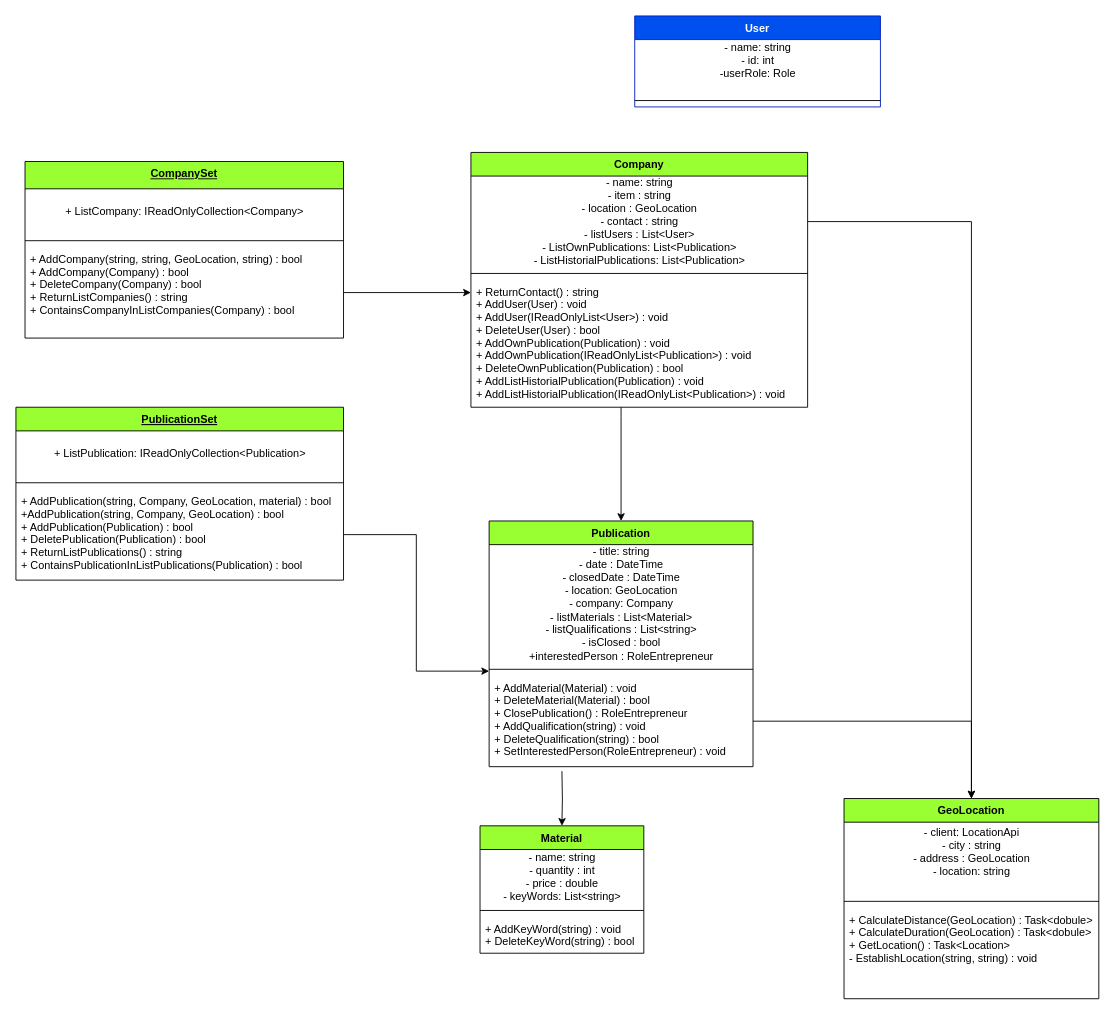
Before: docs/Diagrama.drawio in tomaspasto24/ProyectoEquipo4, a draw.io diagram. Source tidied: cells renumbered, new cells numbered last; positions are measured from the earlier drawing's top-left corner, leaving out a move shared by most shapes. Both pictures are drawn from the tidied source at 91%, with x=0, y=0 at pixel (15, 15).
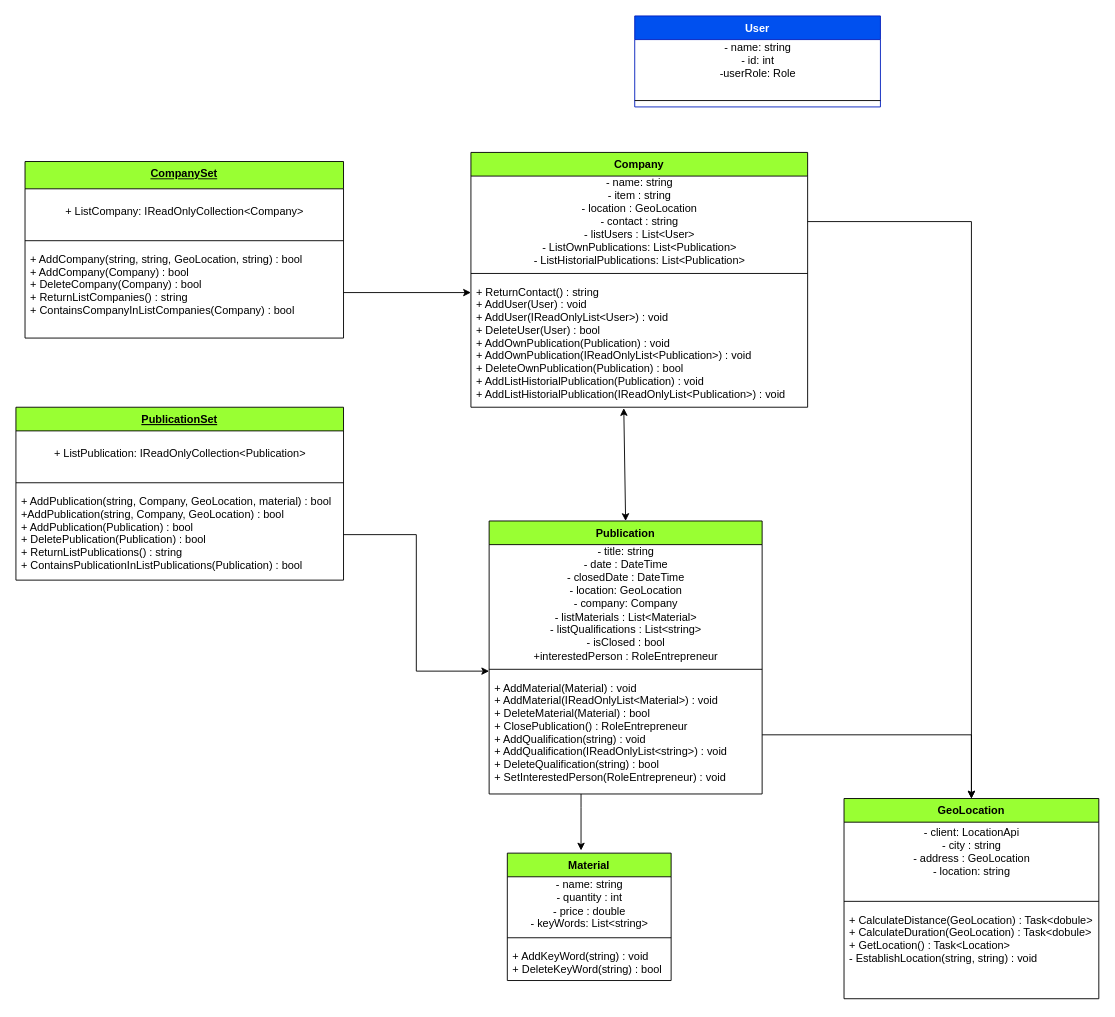
The same page after the edit.

Unchanged cells that the change refers to:
```xml
<mxCell id="5" value="+ ReturnContact() : string&#10;+ AddUser(User) : void&#10;+ AddUser(IReadOnlyList&lt;User&gt;) : void&#10;+ DeleteUser(User) : bool&#10;+ AddOwnPublication(Publication) : void&#10;+ AddOwnPublication(IReadOnlyList&lt;Publication&gt;) : void&#10;+ DeleteOwnPublication(Publication) : bool&#10;+ AddListHistorialPublication(Publication) : void&#10;+ AddListHistorialPublication(IReadOnlyList&lt;Publication&gt;) : void&#10;" style="text;strokeColor=none;fillColor=none;align=left;verticalAlign=top;spacingLeft=4;spacingRight=4;overflow=hidden;points=[[0,0.5],[1,0.5]];portConstraint=eastwest;" parent="2" vertex="1">
  <mxGeometry y="140" width="370" height="140" as="geometry" />
</mxCell>
```

Diff of the diagram source:
```diff
@@
     <mxCell id="6" value="Material" style="swimlane;fontStyle=1;align=center;verticalAlign=top;horizontal=1;startSize=26;fillColor=#99FF33;" parent="1" vertex="1">
-      <mxGeometry x="510" y="890" width="180" height="140" as="geometry" />
+      <mxGeometry x="540" y="920" width="180" height="140" as="geometry" />
     </mxCell>
@@
     <mxCell id="10" value="Publication" style="swimlane;fontStyle=1;align=center;verticalAlign=top;horizontal=1;startSize=26;fillColor=#99FF33;" parent="1" vertex="1">
-      <mxGeometry x="520" y="555" width="290" height="270" as="geometry" />
+      <mxGeometry x="520" y="555" width="300" height="300" as="geometry" />
     </mxCell>
     <mxCell id="11" value="&lt;div&gt;&lt;span&gt;- title: string&lt;/span&gt;&lt;br&gt;&lt;/div&gt;&lt;div&gt;- date : DateTime&lt;/div&gt;&lt;div&gt;- closedDate : DateTime&lt;/div&gt;&lt;div&gt;&lt;span&gt;- location: GeoLocation&lt;/span&gt;&lt;/div&gt;&lt;div&gt;- company: Company&lt;br&gt;&lt;/div&gt;&lt;div&gt;- listMaterials : List&amp;lt;Material&amp;gt;&lt;br&gt;&lt;/div&gt;&lt;div&gt;- listQualifications : List&amp;lt;string&amp;gt;&lt;br&gt;&lt;/div&gt;&lt;div&gt;- isClosed : bool&lt;/div&gt;&lt;div&gt;+interestedPerson : RoleEntrepreneur&lt;/div&gt;" style="text;html=1;align=center;verticalAlign=middle;strokeColor=none;fillColor=none;" parent="10" vertex="1">
-      <mxGeometry y="26" width="290" height="130" as="geometry" />
+      <mxGeometry y="26" width="300" height="130" as="geometry" />
     </mxCell>
     <mxCell id="12" style="line;strokeWidth=1;fillColor=none;align=left;verticalAlign=middle;spacingTop=-1;spacingLeft=3;spacingRight=3;labelPosition=right;points=[];portConstraint=eastwest;" parent="10" vertex="1">
-      <mxGeometry y="156" width="290" height="14" as="geometry" />
+      <mxGeometry y="156" width="300" height="14" as="geometry" />
     </mxCell>
-    <mxCell id="13" value="+ AddMaterial(Material) : void&#10;+ DeleteMaterial(Material) : bool&#10;+ ClosePublication() : RoleEntrepreneur&#10;+ AddQualification(string) : void&#10;+ DeleteQualification(string) : bool&#10;+ SetInterestedPerson(RoleEntrepreneur) : void&#10;" style="text;strokeColor=none;fillColor=none;align=left;verticalAlign=top;spacingLeft=4;spacingRight=4;overflow=hidden;points=[[0,0.5],[1,0.5]];portConstraint=eastwest;" parent="10" vertex="1">
-      <mxGeometry y="170" width="290" height="100" as="geometry" />
+    <mxCell id="13" value="+ AddMaterial(Material) : void&#10;+ AddMaterial(IReadOnlyList&lt;Material&gt;) : void&#10;+ DeleteMaterial(Material) : bool&#10;+ ClosePublication() : RoleEntrepreneur&#10;+ AddQualification(string) : void&#10;+ AddQualification(IReadOnlyList&lt;string&gt;) : void&#10;+ DeleteQualification(string) : bool&#10;+ SetInterestedPerson(RoleEntrepreneur) : void&#10;" style="text;strokeColor=none;fillColor=none;align=left;verticalAlign=top;spacingLeft=4;spacingRight=4;overflow=hidden;points=[[0,0.5],[1,0.5]];portConstraint=eastwest;" parent="10" vertex="1">
+      <mxGeometry y="170" width="300" height="130" as="geometry" />
     </mxCell>
@@
-    <mxCell id="19" style="edgeStyle=orthogonalEdgeStyle;rounded=0;jettySize=auto;html=1;entryX=0.5;entryY=0;entryDx=0;entryDy=0;" parent="1" edge="1" target="6">
-      <mxGeometry relative="1" as="geometry">
-        <mxPoint x="600" y="830" as="sourcePoint" />
-      </mxGeometry>
-    </mxCell>
@@
-    <mxCell id="34" style="edgeStyle=orthogonalEdgeStyle;rounded=0;jettySize=auto;html=1;entryX=0.5;entryY=0;entryDx=0;entryDy=0;" parent="1" edge="1" source="5" target="10">
-      <mxGeometry relative="1" as="geometry">
-        <Array as="points">
-          <mxPoint x="665" y="440" />
-          <mxPoint x="665" y="440" />
-        </Array>
-      </mxGeometry>
-    </mxCell>
+    <mxCell id="35" style="edgeStyle=orthogonalEdgeStyle;rounded=0;jettySize=auto;html=1;entryX=0.45;entryY=-0.021;entryDx=0;entryDy=0;entryPerimeter=0;" parent="1" edge="1" source="13" target="6">
+      <mxGeometry relative="1" as="geometry">
+        <Array as="points">
+          <mxPoint x="621" y="870" />
+          <mxPoint x="621" y="870" />
+        </Array>
+      </mxGeometry>
+    </mxCell>
+    <mxCell id="36" style="endArrow=classic;startArrow=classic;html=1;exitX=0.5;exitY=0;exitDx=0;exitDy=0;entryX=0.454;entryY=1.007;entryDx=0;entryDy=0;entryPerimeter=0;" parent="1" edge="1" source="10" target="5">
+      <mxGeometry relative="1" as="geometry" />
+    </mxCell>
```
